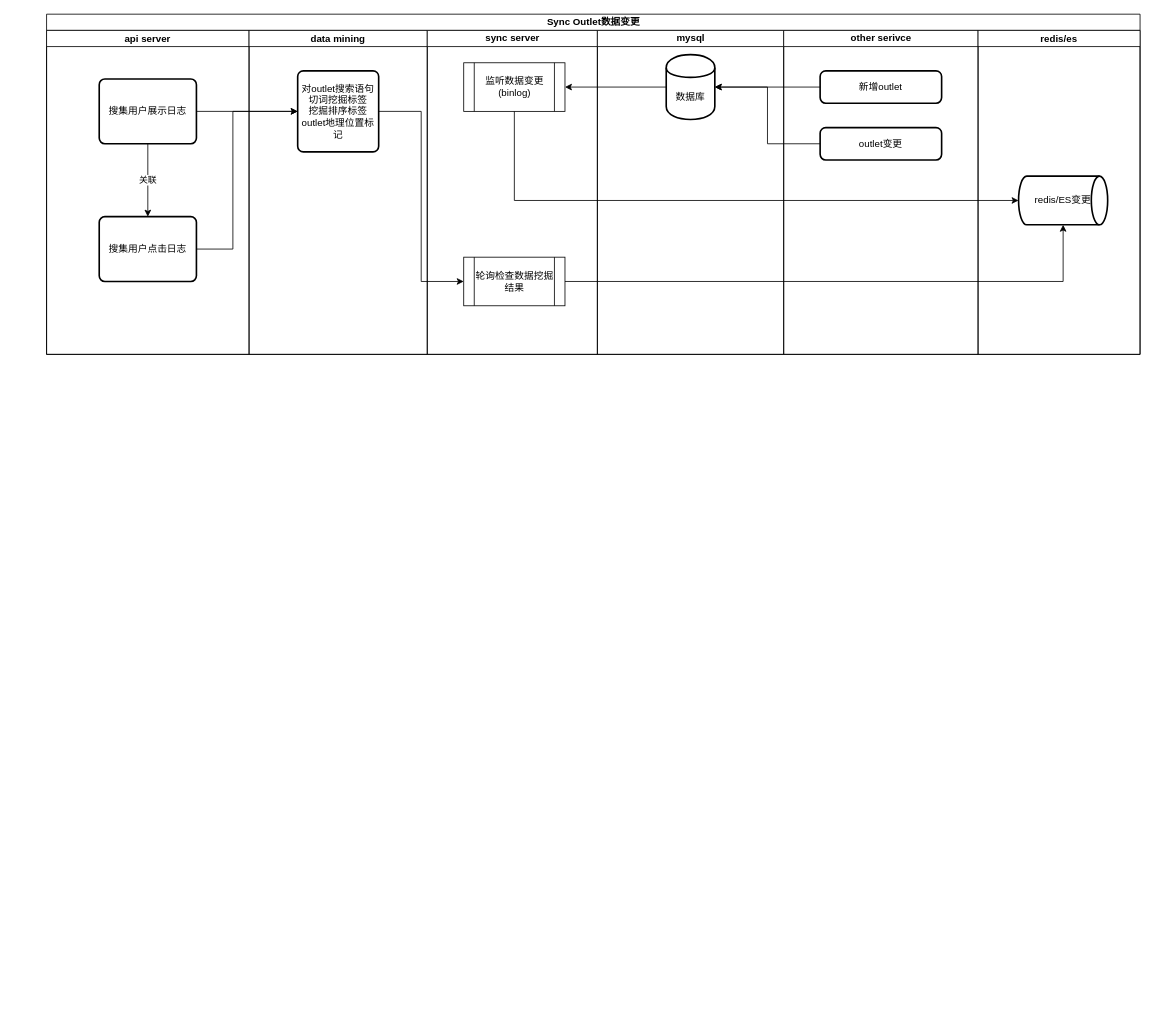
Above: Untitled Diagram.drawio in randomradio/cyzhao (draw.io), before the change. Source tidied: cells renumbered, new cells numbered last; positions are measured from the earlier drawing's top-left corner, leaving out a move shared by most shapes. Both pictures are drawn from the tidied source at 81%, with x=0, y=0 at pixel (46, 14).
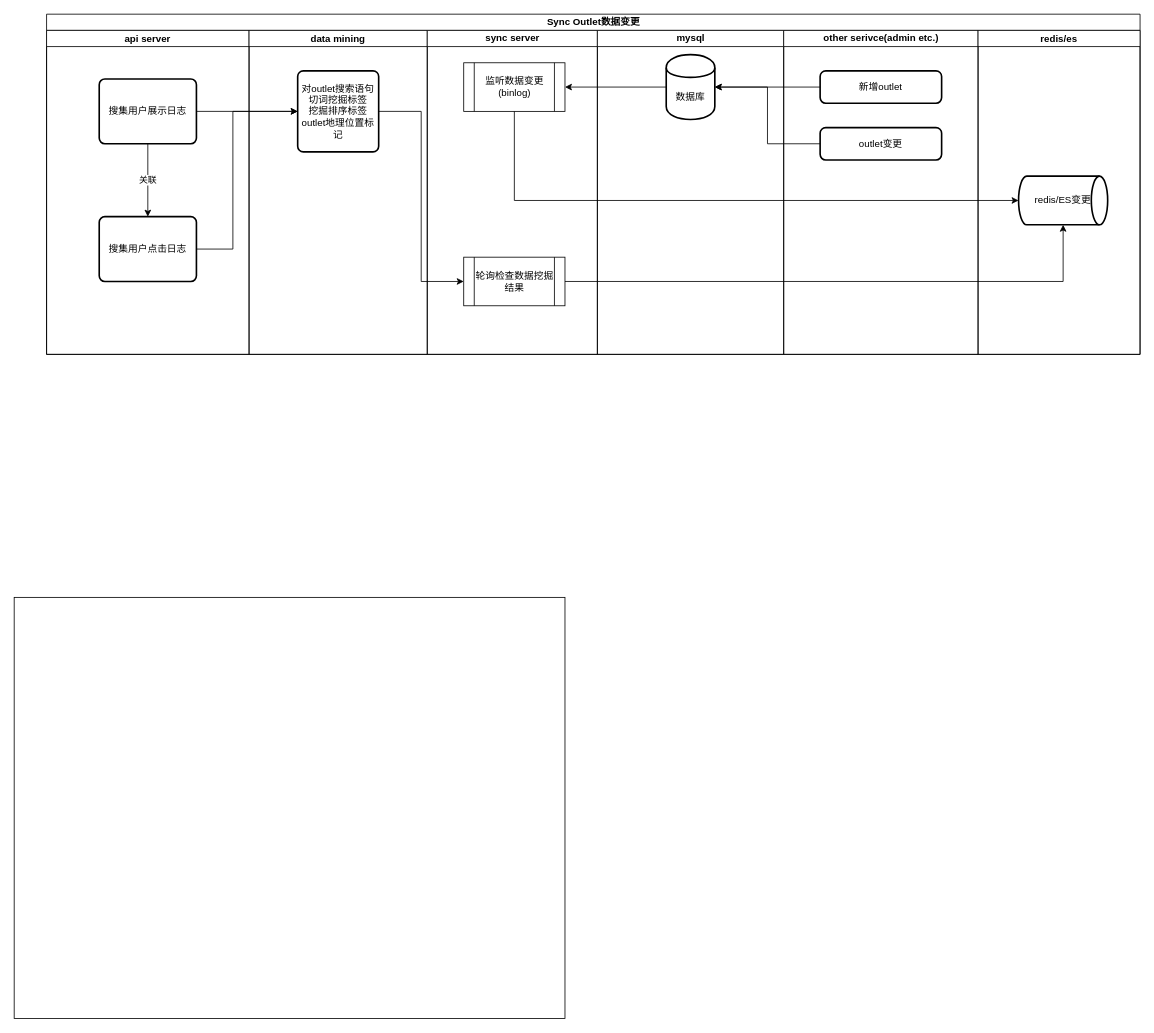
The same page after the edit.

Unchanged cells that the change refers to:
```xml
<mxCell id="2" value="Sync Outlet数据变更" style="swimlane;html=1;startSize=20;" parent="1" vertex="1">
  <mxGeometry width="1350" height="420" as="geometry" />
</mxCell>
```

The edit, as a diff of the source:
```diff
@@
-    <mxCell id="14" value="other serivce" style="swimlane;html=1;startSize=20;" parent="2" vertex="1">
+    <mxCell id="14" value="other serivce(admin etc.)" style="swimlane;html=1;startSize=20;" parent="2" vertex="1">
       <mxGeometry x="910" y="20" width="240" height="400" as="geometry" />
     </mxCell>
@@
+    <mxCell id="27" style="whiteSpace=wrap;html=1;" parent="1" vertex="1">
+      <mxGeometry x="-40" y="720" width="680" height="520" as="geometry" />
+    </mxCell>
```
